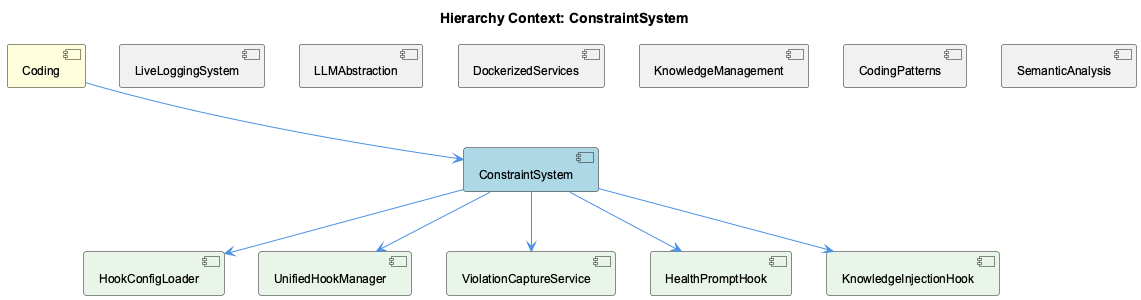
fwornle/coding keeps this PlantUML diagram as knowledge-management/insights/images/constraint-system-relationship.png. Above is the earlier version.
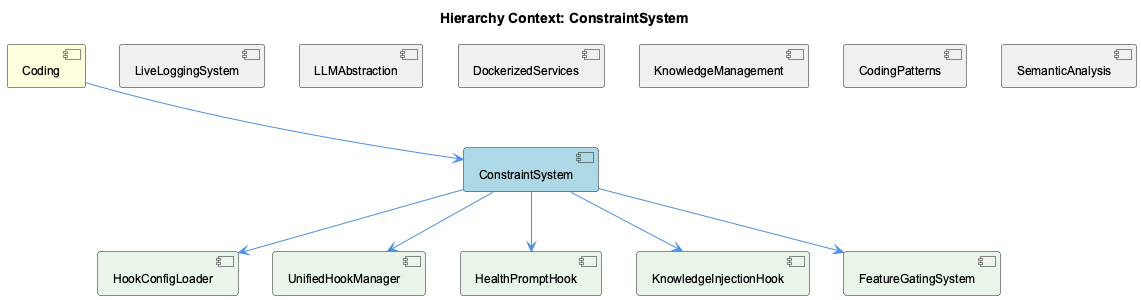
After the commit.

Diff of the diagram source:
```diff
@@ -13,9 +13,9 @@
 [SemanticAnalysis] as semantic_analysis #F0F0F0
 [HookConfigLoader] as hook_config_loader #E8F5E8
 [UnifiedHookManager] as unified_hook_manager #E8F5E8
-[ViolationCaptureService] as violation_capture_service #E8F5E8
 [HealthPromptHook] as health_prompt_hook #E8F5E8
 [KnowledgeInjectionHook] as knowledge_injection_hook #E8F5E8
+[FeatureGatingSystem] as feature_gating_system #E8F5E8
 
 coding --> constraint_system
 live_logging_system -[hidden]- constraint_system
@@ -26,8 +26,8 @@
 semantic_analysis -[hidden]- constraint_system
 constraint_system --> hook_config_loader
 constraint_system --> unified_hook_manager
-constraint_system --> violation_capture_service
 constraint_system --> health_prompt_hook
 constraint_system --> knowledge_injection_hook
+constraint_system --> feature_gating_system
 
 @enduml
```
